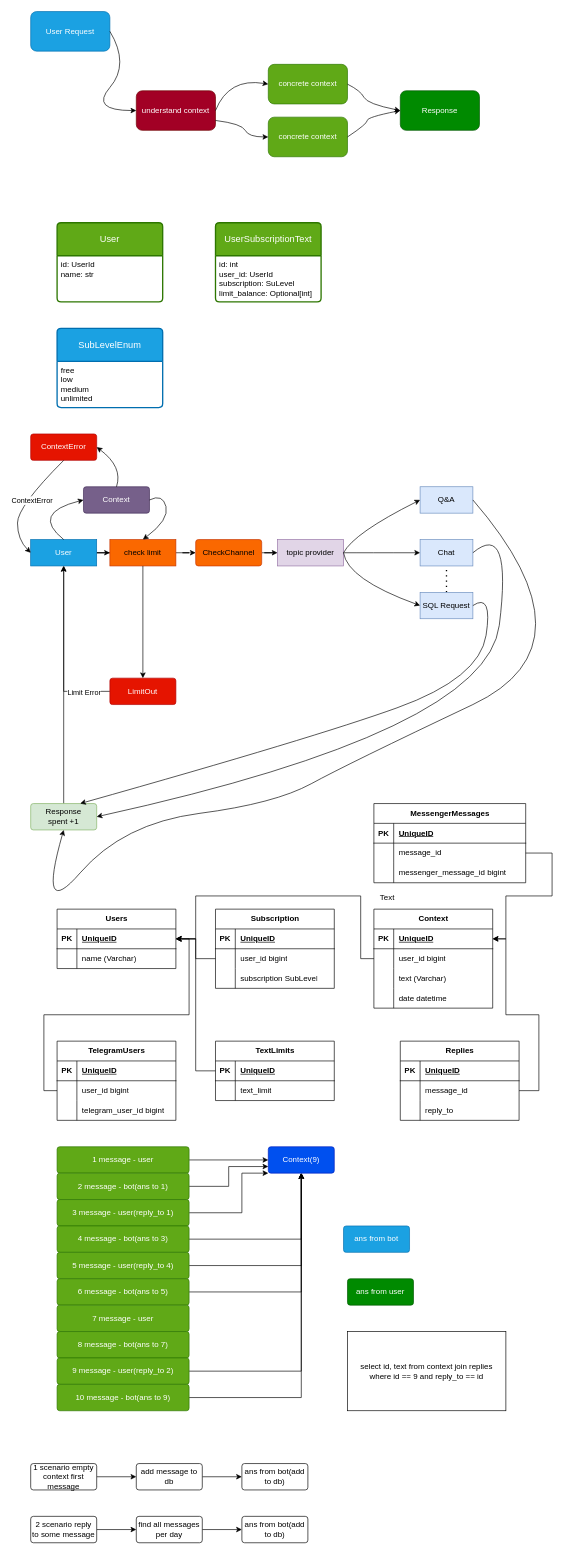
Before: ChatGpt.drawio in KmvRoman/Diagrams, a draw.io diagram. Source tidied: cells renumbered, new cells numbered last; positions are measured from the earlier drawing's top-left corner, leaving out a move shared by most shapes. Both pictures are drawn from the tidied source at 66%, with x=0, y=0 at pixel (17, 11).
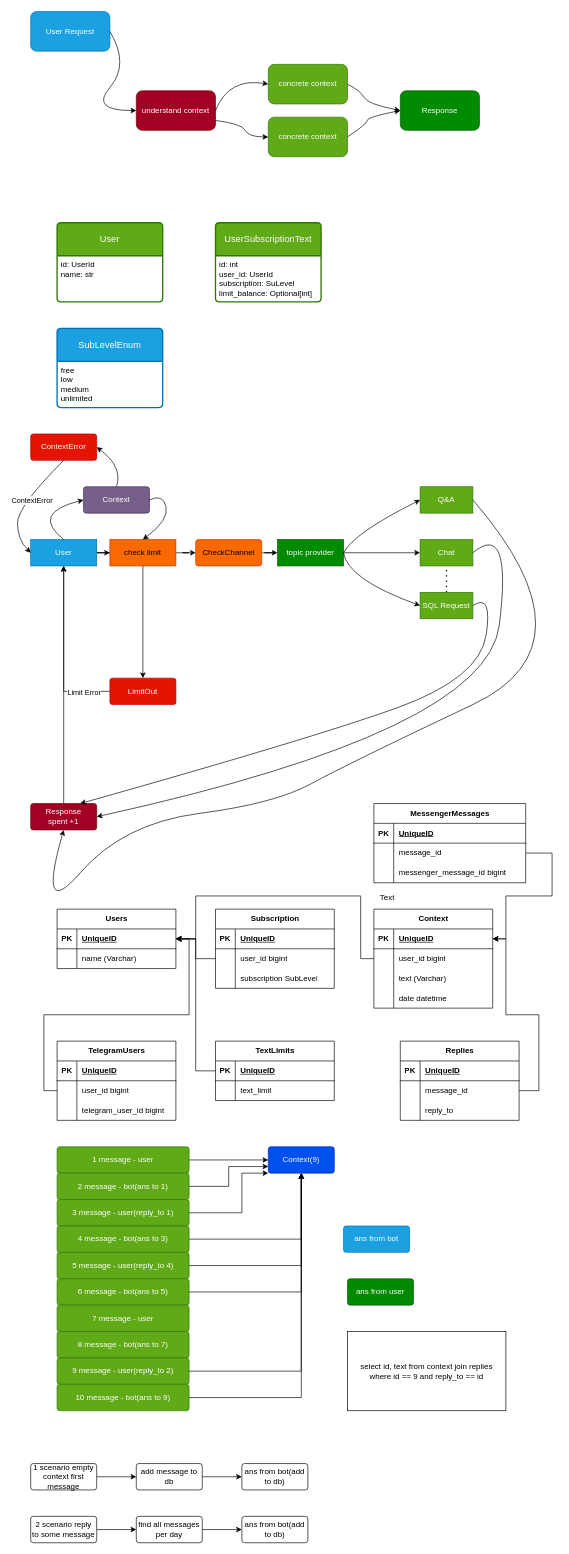
Above is the later version.

What changed in the source:
```diff
@@
-    <mxCell id="20" value="topic provider" style="whiteSpace=wrap;html=1;align=center;fillColor=#e1d5e7;strokeColor=#9673a6;" parent="1" vertex="1">
+    <mxCell id="20" value="topic provider" style="whiteSpace=wrap;html=1;align=center;fillColor=#008a00;strokeColor=#005700;fontColor=#ffffff;" parent="1" vertex="1">
       <mxGeometry x="394" y="800" width="100" height="40" as="geometry" />
     </mxCell>
@@
-    <mxCell id="23" value="Q&amp;amp;A" style="whiteSpace=wrap;html=1;align=center;fillColor=#dae8fc;strokeColor=#6c8ebf;" parent="1" vertex="1">
+    <mxCell id="23" value="Q&amp;amp;A" style="whiteSpace=wrap;html=1;align=center;fillColor=#60a917;strokeColor=#2D7600;fontColor=#ffffff;" parent="1" vertex="1">
       <mxGeometry x="610" y="720" width="80" height="40" as="geometry" />
     </mxCell>
-    <mxCell id="24" value="Chat" style="whiteSpace=wrap;html=1;align=center;fillColor=#dae8fc;strokeColor=#6c8ebf;" parent="1" vertex="1">
+    <mxCell id="24" value="Chat" style="whiteSpace=wrap;html=1;align=center;fillColor=#60a917;strokeColor=#2D7600;fontColor=#ffffff;" parent="1" vertex="1">
       <mxGeometry x="610" y="800" width="80" height="40" as="geometry" />
     </mxCell>
@@
-    <mxCell id="26" value="SQL Request" style="whiteSpace=wrap;html=1;align=center;fillColor=#dae8fc;strokeColor=#6c8ebf;" parent="1" vertex="1">
+    <mxCell id="26" value="SQL Request" style="whiteSpace=wrap;html=1;align=center;fillColor=#60a917;strokeColor=#2D7600;fontColor=#ffffff;" parent="1" vertex="1">
       <mxGeometry x="610" y="880" width="80" height="40" as="geometry" />
     </mxCell>
@@
-    <mxCell id="31" value="Response&lt;br&gt;spent +1" style="rounded=1;arcSize=10;whiteSpace=wrap;html=1;align=center;fillColor=#d5e8d4;strokeColor=#82b366;" parent="1" vertex="1">
+    <mxCell id="31" value="Response&lt;br&gt;spent +1" style="rounded=1;arcSize=10;whiteSpace=wrap;html=1;align=center;fillColor=#a20025;strokeColor=#6F0000;fontColor=#ffffff;" parent="1" vertex="1">
       <mxGeometry x="20" y="1200" width="100" height="40" as="geometry" />
     </mxCell>
```
